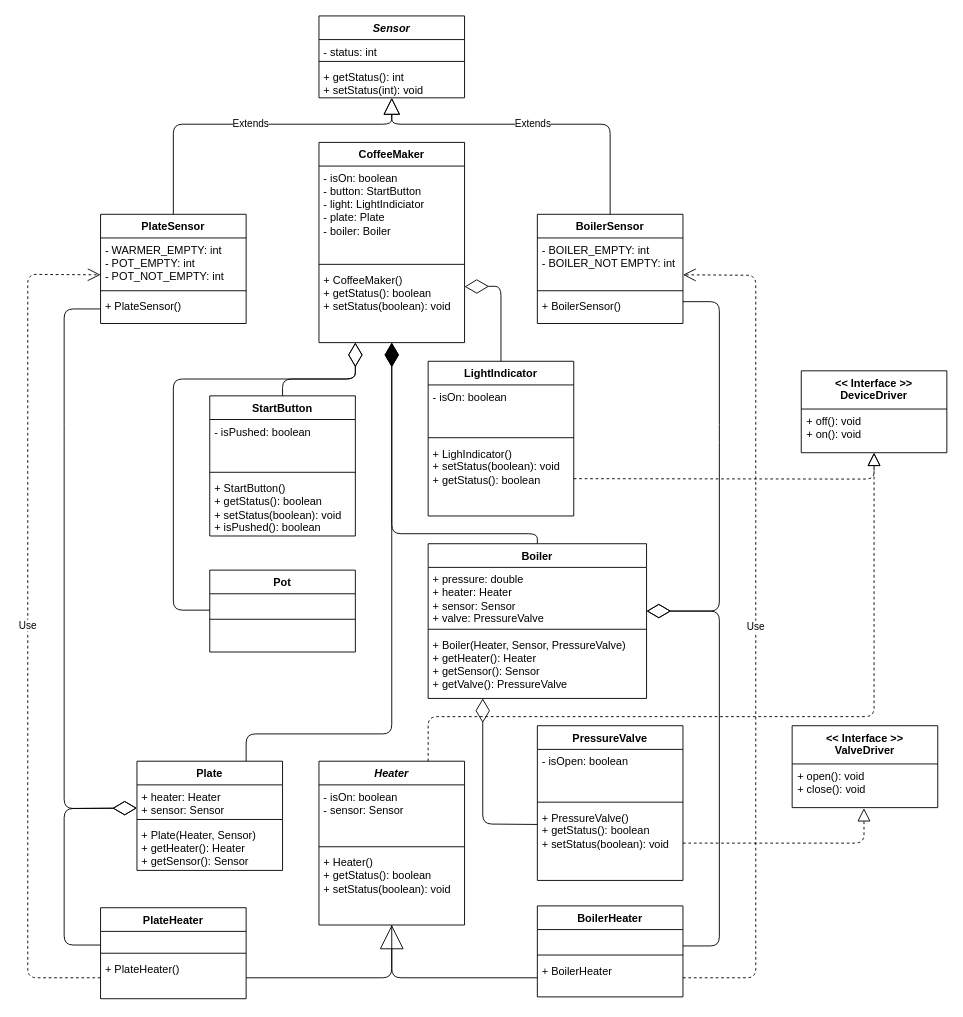
The draw.io diagram resources/CoffeeMakerUML.drawio in JosueRodriguezGarcia/CoffeeMaker-Group2, before the edit. Source tidied: cells renumbered, new cells numbered last; positions are measured from the earlier drawing's top-left corner, leaving out a move shared by most shapes. Both pictures are drawn from the tidied source at 91%, with x=0, y=0 at pixel (27, 15).
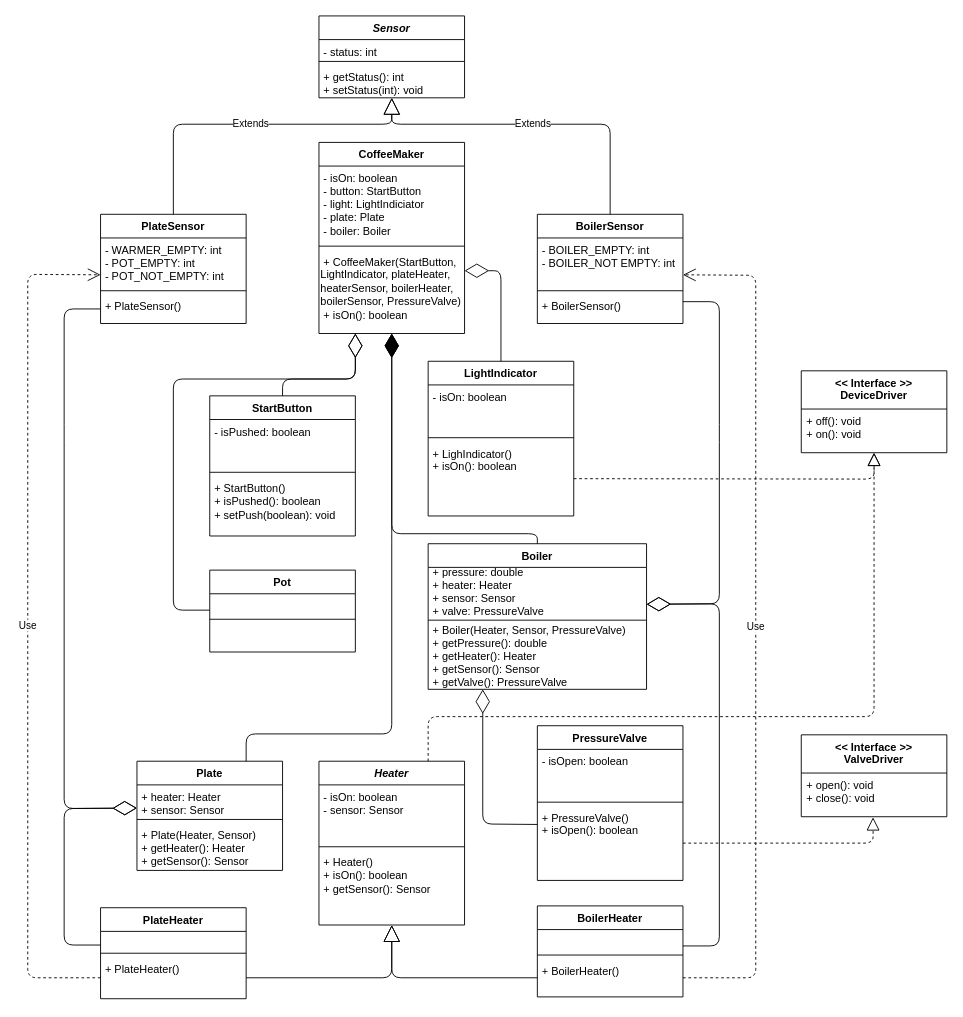
The same page after the edit.

The change refers to these unchanged cells:
```xml
<mxCell id="5" value="&amp;nbsp;+ PlateHeater()" style="text;html=1;strokeColor=none;fillColor=none;align=left;verticalAlign=top;whiteSpace=wrap;rounded=0;" parent="2" vertex="1">
  <mxGeometry y="54" width="160" height="46" as="geometry" />
</mxCell>
<mxCell id="10" value="LightIndicator&#10;" style="swimlane;fontStyle=1;align=center;verticalAlign=top;horizontal=1;startSize=26;" parent="1" vertex="1">
  <mxGeometry x="440" y="379.5" width="160" height="170" as="geometry" />
</mxCell>
<mxCell id="14" value="StartButton" style="swimlane;fontStyle=1;align=center;verticalAlign=top;horizontal=1;startSize=26;" parent="1" vertex="1">
  <mxGeometry x="200" y="417.5" width="160" height="154" as="geometry" />
</mxCell>
<mxCell id="18" value="BoilerHeater" style="swimlane;fontStyle=1;align=center;verticalAlign=top;horizontal=1;startSize=26;" parent="1" vertex="1">
  <mxGeometry x="560" y="978" width="160" height="100" as="geometry" />
</mxCell>
<mxCell id="19" value="&amp;nbsp;" style="text;html=1;strokeColor=none;fillColor=none;align=left;verticalAlign=top;whiteSpace=wrap;rounded=0;" parent="18" vertex="1">
  <mxGeometry y="26" width="160" height="24" as="geometry" />
</mxCell>
<mxCell id="25" value="&amp;nbsp;+ BoilerSensor()" style="text;html=1;strokeColor=none;fillColor=none;align=left;verticalAlign=top;whiteSpace=wrap;rounded=0;" parent="22" vertex="1">
  <mxGeometry y="88" width="160" height="32" as="geometry" />
</mxCell>
<mxCell id="30" value="Heater" style="swimlane;fontStyle=3;align=center;verticalAlign=middle;horizontal=1;startSize=26;" parent="1" vertex="1">
  <mxGeometry x="320" y="819" width="160" height="180" as="geometry" />
</mxCell>
<mxCell id="36" value="PressureValve" style="swimlane;fontStyle=1;align=center;verticalAlign=middle;horizontal=1;startSize=26;" parent="1" vertex="1">
  <mxGeometry x="560" y="780" width="160" height="170" as="geometry" />
</mxCell>
<mxCell id="71" value="+ open(): void&#10;+ close(): void&#10;" style="text;strokeColor=none;fillColor=none;align=left;verticalAlign=top;spacingLeft=4;spacingRight=4;overflow=hidden;points=[[0,0.5],[1,0.5]];portConstraint=eastwest;" parent="70" vertex="1">
  <mxGeometry y="42" width="160" height="48" as="geometry" />
</mxCell>
```

Change to the diagram source:
```diff
@@
-    <mxCell id="13" value="&amp;nbsp;+ LighIndicator()&lt;br&gt;&amp;nbsp;+ setStatus(boolean): void&lt;br&gt;&lt;div&gt;&amp;nbsp;+ getStatus(): boolean&lt;/div&gt;" style="text;html=1;strokeColor=none;fillColor=none;align=left;verticalAlign=top;whiteSpace=wrap;rounded=0;" parent="10" vertex="1">
+    <mxCell id="13" value="&amp;nbsp;+ LighIndicator()&lt;br&gt;&amp;nbsp;+ isOn(): boolean&lt;br&gt;" style="text;html=1;strokeColor=none;fillColor=none;align=left;verticalAlign=top;whiteSpace=wrap;rounded=0;" parent="10" vertex="1">
       <mxGeometry y="88" width="160" height="82" as="geometry" />
     </mxCell>
@@
-    <mxCell id="17" value="&amp;nbsp;+ StartButton()&lt;br&gt;&lt;div&gt;&amp;nbsp;+ getStatus(): boolean&lt;/div&gt;&lt;div&gt;&amp;nbsp;+ setStatus(boolean): void&lt;br&gt;&lt;/div&gt;&lt;div&gt;&amp;nbsp;+ isPushed(): boolean&lt;/div&gt;" style="text;html=1;strokeColor=none;fillColor=none;align=left;verticalAlign=top;whiteSpace=wrap;rounded=0;" parent="14" vertex="1">
+    <mxCell id="17" value="&amp;nbsp;+ StartButton()&lt;br&gt;&lt;div&gt;&lt;span&gt;&amp;nbsp;+ isPushed(): boolean&lt;/span&gt;&lt;br&gt;&lt;/div&gt;&lt;div&gt;&lt;span&gt;&amp;nbsp;+ setPush(boolean): void&lt;/span&gt;&lt;/div&gt;" style="text;html=1;strokeColor=none;fillColor=none;align=left;verticalAlign=top;whiteSpace=wrap;rounded=0;" parent="14" vertex="1">
       <mxGeometry y="88" width="160" height="66" as="geometry" />
     </mxCell>
@@
-    <mxCell id="21" value="&amp;nbsp;+ BoilerHeater" style="text;html=1;strokeColor=none;fillColor=none;align=left;verticalAlign=top;whiteSpace=wrap;rounded=0;" parent="18" vertex="1">
+    <mxCell id="21" value="&amp;nbsp;+ BoilerHeater()" style="text;html=1;strokeColor=none;fillColor=none;align=left;verticalAlign=top;whiteSpace=wrap;rounded=0;" parent="18" vertex="1">
       <mxGeometry y="58" width="160" height="42" as="geometry" />
     </mxCell>
@@
-    <mxCell id="33" value="&amp;nbsp;+ Heater()&lt;br&gt;&amp;nbsp;+ getStatus(): boolean&lt;br&gt;&amp;nbsp;+ setStatus(boolean): void&lt;br&gt;" style="text;html=1;strokeColor=none;fillColor=none;align=left;verticalAlign=top;whiteSpace=wrap;rounded=0;" parent="30" vertex="1">
+    <mxCell id="33" value="&amp;nbsp;+ Heater()&lt;br&gt;&amp;nbsp;+ isOn(): boolean&lt;br&gt;&amp;nbsp;+ getSensor(): Sensor&lt;br&gt;" style="text;html=1;strokeColor=none;fillColor=none;align=left;verticalAlign=top;whiteSpace=wrap;rounded=0;" parent="30" vertex="1">
       <mxGeometry y="98" width="160" height="82" as="geometry" />
     </mxCell>
@@
-    <mxCell id="39" value="&lt;div&gt;&amp;nbsp;+ PressureValve()&lt;/div&gt;&lt;div&gt;&amp;nbsp;+ getStatus(): boolean&lt;br&gt;&lt;/div&gt;&lt;div&gt;&amp;nbsp;+ setStatus(boolean): void&lt;/div&gt;" style="text;html=1;strokeColor=none;fillColor=none;align=left;verticalAlign=top;whiteSpace=wrap;rounded=0;" parent="36" vertex="1">
+    <mxCell id="39" value="&lt;div&gt;&amp;nbsp;+ PressureValve()&lt;/div&gt;&lt;div&gt;&amp;nbsp;+ isOpen(): boolean&lt;/div&gt;" style="text;html=1;strokeColor=none;fillColor=none;align=left;verticalAlign=top;whiteSpace=wrap;rounded=0;" parent="36" vertex="1">
       <mxGeometry y="88" width="160" height="82" as="geometry" />
     </mxCell>
@@
     <mxCell id="42" value="CoffeeMaker" style="swimlane;fontStyle=1;align=center;verticalAlign=middle;horizontal=1;startSize=26;" parent="1" vertex="1">
-      <mxGeometry x="320" y="139" width="160" height="220" as="geometry" />
+      <mxGeometry x="320" y="139" width="160" height="210" as="geometry" />
     </mxCell>
     <mxCell id="43" value="&lt;div&gt;&lt;span&gt;&amp;nbsp;- isOn: boolean&lt;/span&gt;&lt;br&gt;&lt;/div&gt;&lt;div&gt;&amp;nbsp;- button: StartButton&lt;/div&gt;&lt;div&gt;&amp;nbsp;- light: LightIndiciator&lt;/div&gt;&lt;div&gt;&amp;nbsp;- plate: Plate&lt;/div&gt;&lt;div&gt;&amp;nbsp;- boiler: Boiler&lt;br&gt;&lt;/div&gt;" style="text;html=1;strokeColor=none;fillColor=none;align=left;verticalAlign=top;whiteSpace=wrap;rounded=0;" parent="42" vertex="1">
-      <mxGeometry y="26" width="160" height="104" as="geometry" />
+      <mxGeometry y="26" width="160" height="84" as="geometry" />
     </mxCell>
     <mxCell id="44" style="line;strokeWidth=1;fillColor=none;align=left;verticalAlign=middle;spacingTop=-1;spacingLeft=3;spacingRight=3;labelPosition=right;" parent="42" vertex="1">
-      <mxGeometry y="130" width="160" height="8" as="geometry" />
+      <mxGeometry y="110" width="160" height="8" as="geometry" />
     </mxCell>
-    <mxCell id="45" value="&lt;div&gt;&amp;nbsp;+ CoffeeMaker()&lt;/div&gt;&lt;div&gt;&amp;nbsp;+ getStatus(): boolean&lt;/div&gt;&lt;div&gt;&amp;nbsp;+ setStatus(boolean): void&lt;/div&gt;" style="text;html=1;strokeColor=none;fillColor=none;align=left;verticalAlign=top;whiteSpace=wrap;rounded=0;" parent="42" vertex="1">
-      <mxGeometry y="138" width="160" height="82" as="geometry" />
+    <mxCell id="45" value="&lt;div&gt;&amp;nbsp;+ CoffeeMaker(StartButton, LightIndicator, plateHeater, heaterSensor, boilerHeater, boilerSensor, PressureValve)&lt;/div&gt;&lt;div&gt;&amp;nbsp;+ isOn(): boolean&lt;/div&gt;" style="text;html=1;strokeColor=none;fillColor=none;align=left;verticalAlign=top;whiteSpace=wrap;rounded=0;" parent="42" vertex="1">
+      <mxGeometry y="118" width="160" height="92" as="geometry" />
     </mxCell>
     <mxCell id="46" style="endArrow=diamondThin;endFill=0;endSize=24;html=1;exitX=1;exitY=0.75;exitDx=0;exitDy=0;entryX=1;entryY=0.75;entryDx=0;entryDy=0;" parent="1" edge="1" source="19" target="55">
       <mxGeometry relative="1" as="geometry">
         <Array as="points">
           <mxPoint x="760" y="1022" />
-          <mxPoint x="760" y="654" />
+          <mxPoint x="760" y="646" />
         </Array>
       </mxGeometry>
     </mxCell>
@@
     <mxCell id="49" style="endArrow=diamondThin;endFill=0;endSize=24;html=1;exitX=1;exitY=0.25;exitDx=0;exitDy=0;entryX=1;entryY=0.75;entryDx=0;entryDy=0;" parent="1" edge="1" source="25" target="55">
       <mxGeometry relative="1" as="geometry">
         <Array as="points">
           <mxPoint x="760" y="314" />
           <mxPoint x="760" y="459" />
-          <mxPoint x="760" y="654" />
+          <mxPoint x="760" y="646" />
         </Array>
       </mxGeometry>
     </mxCell>
@@
     <mxCell id="54" value="Boiler" style="swimlane;fontStyle=1;align=center;verticalAlign=middle;horizontal=1;startSize=26;" parent="1" vertex="1">
-      <mxGeometry x="440" y="580" width="240" height="170" as="geometry" />
+      <mxGeometry x="440" y="580" width="240" height="160" as="geometry" />
     </mxCell>
-    <mxCell id="55" value="&lt;div&gt;&amp;nbsp;+ pressure: double&lt;/div&gt;&lt;div&gt;&amp;nbsp;+ heater: Heater&lt;/div&gt;&lt;div&gt;&amp;nbsp;+ sensor: Sensor&lt;/div&gt;&lt;div&gt;&amp;nbsp;+ valve: PressureValve&lt;br&gt;&lt;/div&gt;" style="text;html=1;strokeColor=none;fillColor=none;align=left;verticalAlign=top;whiteSpace=wrap;rounded=0;" parent="54" vertex="1">
-      <mxGeometry y="26" width="240" height="64" as="geometry" />
+    <mxCell id="55" value="&lt;div&gt;&amp;nbsp;+ pressure: double&lt;/div&gt;&lt;div&gt;&amp;nbsp;+ heater: Heater&lt;/div&gt;&lt;div&gt;&amp;nbsp;+ sensor: Sensor&lt;/div&gt;&lt;div&gt;&amp;nbsp;+ valve: PressureValve&lt;br&gt;&lt;/div&gt;" style="text;html=1;strokeColor=none;fillColor=none;align=left;verticalAlign=middle;whiteSpace=wrap;rounded=0;" parent="54" vertex="1">
+      <mxGeometry y="26" width="240" height="54" as="geometry" />
     </mxCell>
     <mxCell id="56" style="line;strokeWidth=1;fillColor=none;align=left;verticalAlign=middle;spacingTop=-1;spacingLeft=3;spacingRight=3;labelPosition=right;" parent="54" vertex="1">
-      <mxGeometry y="90" width="240" height="8" as="geometry" />
+      <mxGeometry y="80" width="240" height="8" as="geometry" />
     </mxCell>
-    <mxCell id="57" value="&lt;div&gt;&amp;nbsp;+ Boiler(Heater, Sensor, PressureValve)&lt;/div&gt;&lt;div&gt;&amp;nbsp;+ getHeater(): Heater&lt;/div&gt;&lt;div&gt;&amp;nbsp;+ getSensor(): Sensor&lt;/div&gt;&lt;div&gt;&amp;nbsp;+ getValve(): PressureValve&lt;br&gt;&lt;/div&gt;" style="text;html=1;strokeColor=none;fillColor=none;align=left;verticalAlign=top;whiteSpace=wrap;rounded=0;" parent="54" vertex="1">
-      <mxGeometry y="98" width="240" height="72" as="geometry" />
+    <mxCell id="57" value="&lt;div&gt;&amp;nbsp;+ Boiler(Heater, Sensor, PressureValve)&lt;/div&gt;&lt;div&gt;&amp;nbsp;+ getPressure(): double&lt;/div&gt;&lt;div&gt;&amp;nbsp;+ getHeater(): Heater&lt;/div&gt;&lt;div&gt;&amp;nbsp;+ getSensor(): Sensor&lt;/div&gt;&lt;div&gt;&amp;nbsp;+ getValve(): PressureValve&lt;br&gt;&lt;/div&gt;" style="text;html=1;strokeColor=none;fillColor=none;align=left;verticalAlign=middle;whiteSpace=wrap;rounded=0;" parent="54" vertex="1">
+      <mxGeometry y="88" width="240" height="72" as="geometry" />
     </mxCell>
@@
     <mxCell id="59" style="endArrow=diamondThin;endFill=0;endSize=24;html=1;exitX=0.5;exitY=0;exitDx=0;exitDy=0;entryX=1;entryY=0.25;entryDx=0;entryDy=0;startArrow=none;startFill=0;" parent="1" edge="1" source="10" target="45">
       <mxGeometry relative="1" as="geometry">
         <Array as="points">
-          <mxPoint x="520" y="297" />
+          <mxPoint x="520" y="280" />
         </Array>
       </mxGeometry>
     </mxCell>
@@
-    <mxCell id="67" style="endArrow=block;html=1;entryX=0.5;entryY=1;entryDx=0;entryDy=0;exitX=0;exitY=0.5;exitDx=0;exitDy=0;endFill=0;endSize=24;" parent="1" edge="1" source="21" target="33">
+    <mxCell id="67" style="endArrow=block;html=1;entryX=0.5;entryY=1;entryDx=0;entryDy=0;exitX=0;exitY=0.5;exitDx=0;exitDy=0;endFill=0;endSize=16;" parent="1" edge="1" source="21" target="33">
       <mxGeometry relative="1" as="geometry">
         <Array as="points">
           <mxPoint x="400" y="1057" />
         </Array>
       </mxGeometry>
     </mxCell>
-    <mxCell id="68" style="endArrow=none;html=1;entryX=0.5;entryY=1;entryDx=0;entryDy=0;exitX=1;exitY=0.5;exitDx=0;exitDy=0;" parent="1" edge="1" source="5" target="33">
+    <mxCell id="68" style="endArrow=block;html=1;exitX=1;exitY=0.5;exitDx=0;exitDy=0;endFill=0;endSize=16;entryX=0.5;entryY=1;entryDx=0;entryDy=0;" parent="1" edge="1" source="5" target="33">
       <mxGeometry relative="1" as="geometry">
         <Array as="points">
           <mxPoint x="400" y="1057" />
         </Array>
       </mxGeometry>
     </mxCell>
@@
     <mxCell id="70" value="&lt;&lt; Interface &gt;&gt;&#10;ValveDriver&#10;" style="swimlane;fontStyle=1;horizontal=1;startSize=42;fillColor=none;verticalAlign=top;" parent="1" vertex="1">
-      <mxGeometry x="840" y="780" width="160" height="90" as="geometry" />
+      <mxGeometry x="850" y="790" width="160" height="90" as="geometry" />
     </mxCell>
@@
     <mxCell id="76" style="endArrow=block;dashed=1;endFill=0;endSize=12;html=1;entryX=0.493;entryY=1.013;entryDx=0;entryDy=0;entryPerimeter=0;exitX=1;exitY=0.5;exitDx=0;exitDy=0;" parent="1" edge="1" source="39" target="71">
       <mxGeometry relative="1" as="geometry">
         <Array as="points">
-          <mxPoint x="919" y="909" />
+          <mxPoint x="929" y="909" />
         </Array>
       </mxGeometry>
     </mxCell>
```
